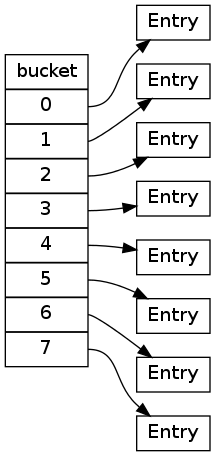
Before: internal-datastruct/image/good_performance_hash.png, a diagram exported from Graphviz (huangzworks/redisbook). Its source is kept beside it as internal-datastruct/image/good_performance_hash.dot. Source of this version:
```dot
digraph good_performance_hash {

    rankdir = LR;
    node [shape=record];


    bucket [label="bucket |<0> 0 |<1> 1 |<2> 2 |<3> 3 |<4> 4 |<5> 5 |<6> 6 |<7> 7"];


    node [height=.1];

    node0 [label="Entry"];
    node1 [label="Entry"];
    node2 [label="Entry"];
    node3 [label="Entry"];
    node4 [label="Entry"];
    node5 [label="Entry"];
    node6 [label="Entry"];
    node7 [label="Entry"];

    bucket:0 -> node0;
    bucket:1 -> node1;
    bucket:2 -> node2;
    bucket:3 -> node3;
    bucket:4 -> node4;
    bucket:5 -> node5;
    bucket:6 -> node6;
    bucket:7 -> node7;
}
```
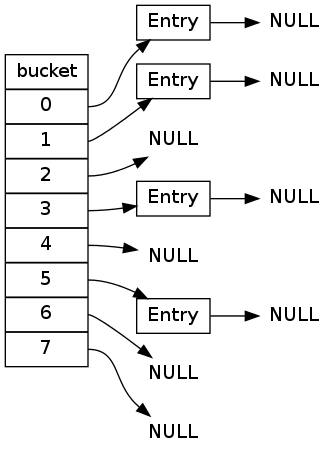
After the commit.

What changed in the source:
```diff
@@ -10,20 +10,24 @@
     node [height=.1];
 
     node0 [label="Entry"];
+    node0_null [label="NULL", shape=plaintext];
     node1 [label="Entry"];
-    node2 [label="Entry"];
+    node1_null [label="NULL", shape=plaintext];
+    node2 [label="NULL", shape=plaintext];
     node3 [label="Entry"];
-    node4 [label="Entry"];
+    node3_null [label="NULL", shape=plaintext];
+    node4 [label="NULL", shape=plaintext];
     node5 [label="Entry"];
-    node6 [label="Entry"];
-    node7 [label="Entry"];
+    node5_null [label="NULL", shape=plaintext];
+    node6 [label="NULL", shape=plaintext];
+    node7 [label="NULL", shape=plaintext];
 
-    bucket:0 -> node0;
-    bucket:1 -> node1;
+    bucket:0 -> node0; node0 -> node0_null;
+    bucket:1 -> node1; node1 -> node1_null;
     bucket:2 -> node2;
-    bucket:3 -> node3;
+    bucket:3 -> node3; node3 -> node3_null;
     bucket:4 -> node4;
-    bucket:5 -> node5;
+    bucket:5 -> node5; node5 -> node5_null;
     bucket:6 -> node6;
     bucket:7 -> node7;
 }
```
